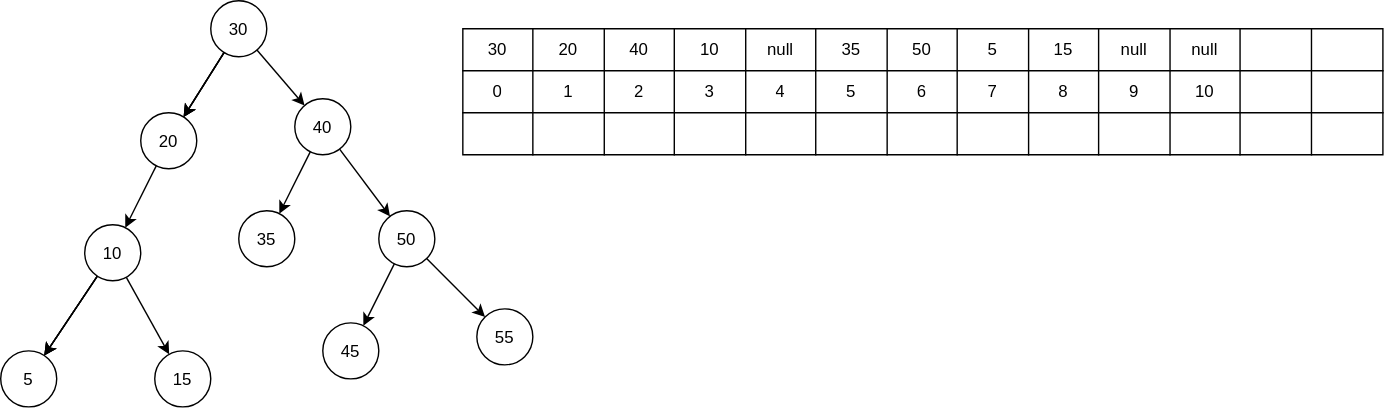
This is База/Структуры данных/2. Быстро находить данные и проверять условия/2.3. Проверять принадлежность и уникальность/Множество (Set)/binary-tree.drawio.svg from kosukhin/catalog, a draw.io export, as it was before one commit. Source tidied: cells renumbered, new cells last; positions are measured from the earlier drawing's top-left corner, leaving out a move shared by most shapes.
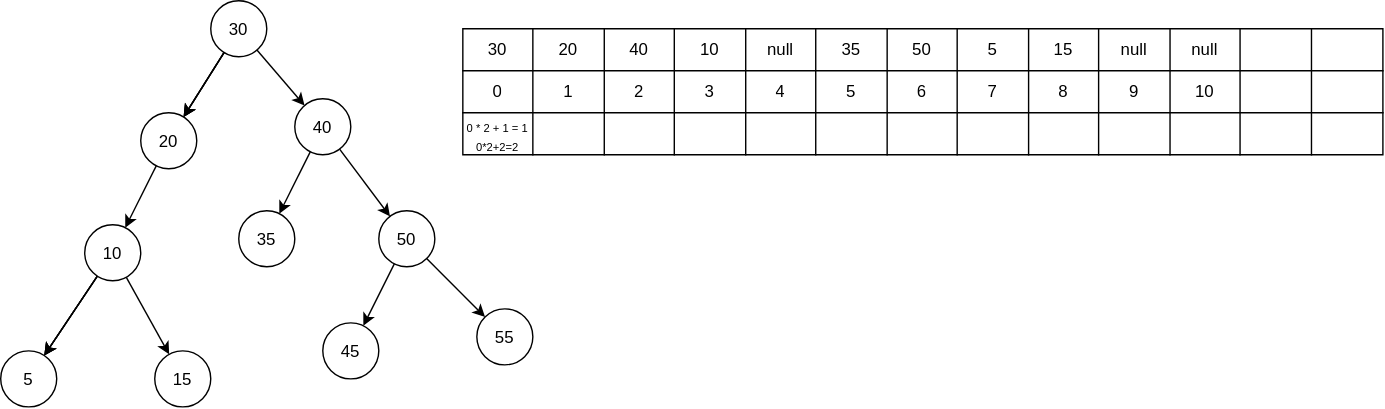
Later version of the same file.

The edit, as a diff of the source:
```diff
@@ -161,7 +161,7 @@
     <mxCell id="54" style="shape=tableRow;horizontal=0;startSize=0;swimlaneHead=0;swimlaneBody=0;strokeColor=inherit;fillColor=none;fixedHeader=1;" parent="25" vertex="1">
       <mxGeometry y="60" width="657" height="30" as="geometry" />
     </mxCell>
-    <mxCell id="55" style="shape=partialRectangle;html=1;whiteSpace=wrap;strokeColor=inherit;overflow=hidden;fillColor=none;" parent="54" vertex="1">
+    <mxCell id="55" value="&lt;font style=&quot;font-size: 8px;&quot;&gt;0 * 2 + 1 = 1&lt;/font&gt;&lt;div&gt;&lt;font style=&quot;font-size: 8px;&quot;&gt;0*2+2=2&lt;/font&gt;&lt;/div&gt;" style="shape=partialRectangle;html=1;whiteSpace=wrap;strokeColor=inherit;overflow=hidden;fillColor=none;" parent="54" vertex="1">
       <mxGeometry width="50" height="30" as="geometry" />
     </mxCell>
     <mxCell id="56" style="shape=partialRectangle;html=1;whiteSpace=wrap;strokeColor=inherit;overflow=hidden;fillColor=none;" parent="54" vertex="1">
```
